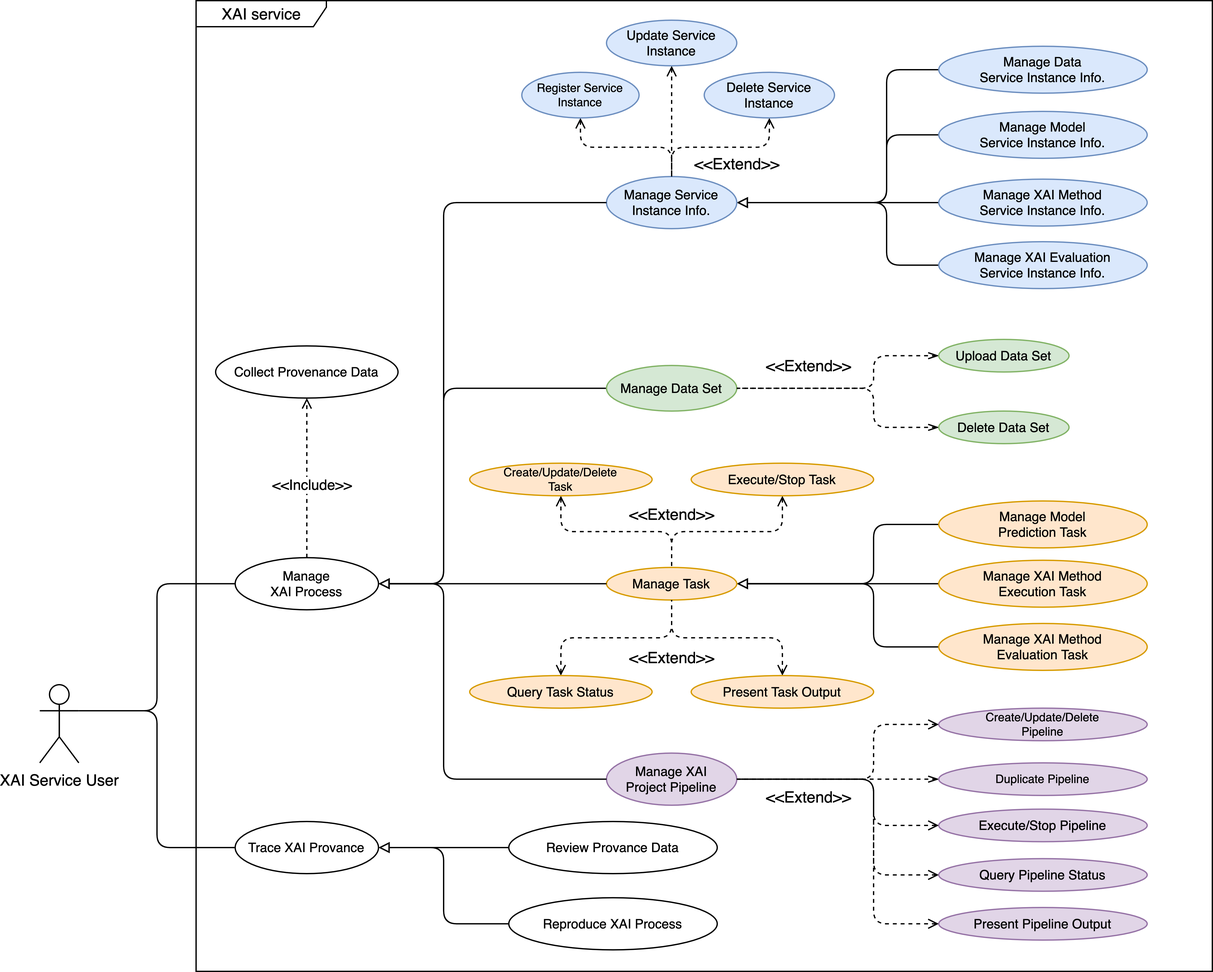
Earlier version of the draw.io export docs/UseCaseDiagrams.png (ZeruiW/XAI-Service). Source tidied: cells renumbered, new cells last; positions are measured from the earlier drawing's top-left corner, leaving out a move shared by most shapes.
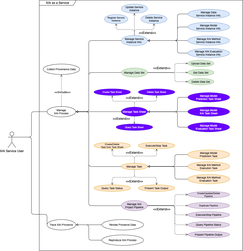
The same file after the commit.

Commit message:
use case update 2

What changed in the source:
```diff
@@ -4,4 +4,4 @@
     <mxCell id="1" parent="0" />
-    <mxCell id="2" value="XAI service" style="shape=umlFrame;tabPosition=left;html=1;boundedLbl=1;labelInHeader=1;width=100;height=20;" parent="1" vertex="1">
-      <mxGeometry x="120" width="780" height="745" as="geometry" />
+    <mxCell id="2" value="XAI as a Service" style="shape=umlFrame;tabPosition=left;html=1;boundedLbl=1;labelInHeader=1;width=140;height=20;" parent="1" vertex="1">
+      <mxGeometry x="120" y="20" width="780" height="960" as="geometry" />
     </mxCell>
@@ -11,3 +11,3 @@
           <mxPoint x="90" y="545" />
-          <mxPoint x="90" y="650" />
+          <mxPoint x="90" y="841" />
         </Array>
@@ -24,4 +24,4 @@
         <Array as="points">
-          <mxPoint x="650" y="155" />
-          <mxPoint x="650" y="53" />
+          <mxPoint x="650" y="175" />
+          <mxPoint x="650" y="73" />
         </Array>
@@ -32,4 +32,4 @@
         <Array as="points">
-          <mxPoint x="650" y="155" />
-          <mxPoint x="650" y="103" />
+          <mxPoint x="650" y="175" />
+          <mxPoint x="650" y="123" />
         </Array>
@@ -40,4 +40,4 @@
         <Array as="points">
-          <mxPoint x="670" y="155" />
-          <mxPoint x="670" y="155" />
+          <mxPoint x="670" y="175" />
+          <mxPoint x="670" y="175" />
         </Array>
@@ -48,4 +48,4 @@
         <Array as="points">
-          <mxPoint x="650" y="155" />
-          <mxPoint x="650" y="203" />
+          <mxPoint x="650" y="175" />
+          <mxPoint x="650" y="223" />
         </Array>
@@ -54,3 +54,3 @@
     <mxCell id="10" value="Manage Service&#10;Instance Info." style="ellipse;spacing=0;fontSize=10;fillColor=#dae8fc;strokeColor=#6c8ebf;" parent="1" vertex="1">
-      <mxGeometry x="435" y="135" width="100" height="40" as="geometry" />
+      <mxGeometry x="435" y="155" width="100" height="40" as="geometry" />
     </mxCell>
@@ -59,4 +59,4 @@
         <Array as="points">
-          <mxPoint x="640" y="448" />
-          <mxPoint x="640" y="402" />
+          <mxPoint x="640" y="658" />
+          <mxPoint x="640" y="612" />
         </Array>
@@ -67,4 +67,4 @@
         <Array as="points">
-          <mxPoint x="680" y="447" />
-          <mxPoint x="710" y="448" />
+          <mxPoint x="680" y="657" />
+          <mxPoint x="710" y="658" />
         </Array>
@@ -75,4 +75,4 @@
         <Array as="points">
-          <mxPoint x="640" y="448" />
-          <mxPoint x="640" y="496" />
+          <mxPoint x="640" y="658" />
+          <mxPoint x="640" y="706" />
         </Array>
@@ -81,3 +81,3 @@
     <mxCell id="14" value="Manage Task" style="ellipse;spacing=0;fontSize=10;fillColor=#ffe6cc;strokeColor=#d79b00;" parent="1" vertex="1">
-      <mxGeometry x="435" y="435" width="100" height="25" as="geometry" />
+      <mxGeometry x="435" y="645" width="100" height="25" as="geometry" />
     </mxCell>
@@ -87,3 +87,3 @@
     <mxCell id="16" value="Register Service&#10;Instance" style="ellipse;spacing=0;fontSize=9;fillColor=#dae8fc;strokeColor=#6c8ebf;" parent="1" vertex="1">
-      <mxGeometry x="370" y="55" width="90" height="35" as="geometry" />
+      <mxGeometry x="370" y="75" width="90" height="35" as="geometry" />
     </mxCell>
@@ -93,3 +93,3 @@
     <mxCell id="18" value="Update Service&#10;Instance" style="ellipse;spacing=0;fontSize=10;fillColor=#dae8fc;strokeColor=#6c8ebf;" parent="1" vertex="1">
-      <mxGeometry x="435" y="15" width="100" height="35" as="geometry" />
+      <mxGeometry x="435" y="35" width="100" height="35" as="geometry" />
     </mxCell>
@@ -99,3 +99,3 @@
     <mxCell id="20" value="Delete Service&#10;Instance" style="ellipse;spacing=0;fontSize=10;fillColor=#dae8fc;strokeColor=#6c8ebf;" parent="1" vertex="1">
-      <mxGeometry x="510" y="55" width="100" height="35" as="geometry" />
+      <mxGeometry x="510" y="75" width="100" height="35" as="geometry" />
     </mxCell>
@@ -105,3 +105,3 @@
     <mxCell id="22" value="Query Task Status" style="ellipse;spacing=0;fontSize=10;fillColor=#ffe6cc;strokeColor=#d79b00;" parent="1" vertex="1">
-      <mxGeometry x="330" y="518" width="140" height="25" as="geometry" />
+      <mxGeometry x="330" y="728" width="140" height="25" as="geometry" />
     </mxCell>
@@ -111,24 +111,24 @@
     <mxCell id="24" value="Present Task Output" style="ellipse;spacing=0;fontSize=10;fillColor=#ffe6cc;strokeColor=#d79b00;" parent="1" vertex="1">
-      <mxGeometry x="500" y="518" width="140" height="25" as="geometry" />
+      <mxGeometry x="500" y="728" width="140" height="25" as="geometry" />
     </mxCell>
     <mxCell id="25" value="Manage Data &#10;Service Instance Info." style="ellipse;spacing=0;fontSize=10;fillColor=#dae8fc;strokeColor=#6c8ebf;" parent="1" vertex="1">
-      <mxGeometry x="690" y="35" width="160" height="36" as="geometry" />
+      <mxGeometry x="690" y="55" width="160" height="36" as="geometry" />
     </mxCell>
     <mxCell id="26" value="Manage Model &#10;Service Instance Info." style="ellipse;spacing=0;fontSize=10;fillColor=#dae8fc;strokeColor=#6c8ebf;" parent="1" vertex="1">
-      <mxGeometry x="690" y="85" width="160" height="36" as="geometry" />
+      <mxGeometry x="690" y="105" width="160" height="36" as="geometry" />
     </mxCell>
     <mxCell id="27" value="Manage XAI Method &#10;Service Instance Info." style="ellipse;spacing=0;fontSize=10;fillColor=#dae8fc;strokeColor=#6c8ebf;" parent="1" vertex="1">
-      <mxGeometry x="690" y="137" width="160" height="36" as="geometry" />
+      <mxGeometry x="690" y="157" width="160" height="36" as="geometry" />
     </mxCell>
     <mxCell id="28" value="Manage XAI Evaluation&#10;Service Instance Info." style="ellipse;spacing=0;fontSize=10;fillColor=#dae8fc;strokeColor=#6c8ebf;" parent="1" vertex="1">
-      <mxGeometry x="690" y="185" width="160" height="36" as="geometry" />
+      <mxGeometry x="690" y="205" width="160" height="36" as="geometry" />
     </mxCell>
     <mxCell id="29" value="Manage Model &#10;Prediction Task" style="ellipse;spacing=0;fontSize=10;fillColor=#ffe6cc;strokeColor=#d79b00;" parent="1" vertex="1">
-      <mxGeometry x="690" y="384" width="160" height="36" as="geometry" />
+      <mxGeometry x="690" y="594" width="160" height="36" as="geometry" />
     </mxCell>
     <mxCell id="30" value="Manage XAI Method&#10;Execution Task" style="ellipse;spacing=0;fontSize=10;fillColor=#ffe6cc;strokeColor=#d79b00;" parent="1" vertex="1">
-      <mxGeometry x="690" y="429.5" width="160" height="36" as="geometry" />
+      <mxGeometry x="690" y="639.5" width="160" height="36" as="geometry" />
     </mxCell>
     <mxCell id="31" value="Manage XAI Method&#10;Evaluation Task" style="ellipse;spacing=0;fontSize=10;fillColor=#ffe6cc;strokeColor=#d79b00;" parent="1" vertex="1">
-      <mxGeometry x="690" y="478" width="160" height="36" as="geometry" />
+      <mxGeometry x="690" y="688" width="160" height="36" as="geometry" />
     </mxCell>
@@ -138,15 +138,15 @@
     <mxCell id="33" value="Manage XAI &#10;Project Pipeline" style="ellipse;spacing=0;fontSize=10;fillColor=#e1d5e7;strokeColor=#9673a6;" parent="1" vertex="1">
-      <mxGeometry x="435" y="577.5" width="100" height="40" as="geometry" />
+      <mxGeometry x="435" y="787.5" width="100" height="40" as="geometry" />
     </mxCell>
     <mxCell id="34" value="Create/Update/Delete&#10;Pipeline" style="ellipse;spacing=0;fontSize=9;fillColor=#e1d5e7;strokeColor=#9673a6;" parent="1" vertex="1">
-      <mxGeometry x="690" y="543" width="160" height="25" as="geometry" />
+      <mxGeometry x="690" y="753" width="160" height="25" as="geometry" />
     </mxCell>
     <mxCell id="35" value="Execute/Stop Pipeline" style="ellipse;spacing=0;fontSize=10;fillColor=#e1d5e7;strokeColor=#9673a6;" parent="1" vertex="1">
-      <mxGeometry x="690" y="620.5" width="160" height="25" as="geometry" />
+      <mxGeometry x="690" y="830.5" width="160" height="25" as="geometry" />
     </mxCell>
     <mxCell id="36" value="Query Pipeline Status" style="ellipse;spacing=0;fontSize=10;fillColor=#e1d5e7;strokeColor=#9673a6;" parent="1" vertex="1">
-      <mxGeometry x="690" y="658.5" width="160" height="25" as="geometry" />
+      <mxGeometry x="690" y="868.5" width="160" height="25" as="geometry" />
     </mxCell>
     <mxCell id="37" value="Present Pipeline Output" style="ellipse;spacing=0;fontSize=10;fillColor=#e1d5e7;strokeColor=#9673a6;" parent="1" vertex="1">
-      <mxGeometry x="690" y="696" width="160" height="25" as="geometry" />
+      <mxGeometry x="690" y="906" width="160" height="25" as="geometry" />
     </mxCell>
@@ -158,5 +158,4 @@
         <Array as="points">
-          <mxPoint x="310" y="650" />
-          <mxPoint x="310" y="709" />
-          <mxPoint x="360" y="709" />
+          <mxPoint x="310" y="881" />
+          <mxPoint x="310" y="940" />
         </Array>
@@ -165,3 +164,3 @@
     <mxCell id="40" value="Trace XAI Provance" style="ellipse;spacing=0;fontSize=10;" parent="1" vertex="1">
-      <mxGeometry x="150" y="630" width="110" height="40" as="geometry" />
+      <mxGeometry x="150" y="861" width="110" height="40" as="geometry" />
     </mxCell>
@@ -170,4 +169,4 @@
         <Array as="points">
-          <mxPoint x="310" y="448" />
-          <mxPoint x="310" y="155" />
+          <mxPoint x="310" y="447" />
+          <mxPoint x="310" y="175" />
         </Array>
@@ -176,3 +175,9 @@
     <mxCell id="42" style="edgeStyle=orthogonalEdgeStyle;html=1;exitX=1;exitY=0.5;exitDx=0;exitDy=0;entryX=0;entryY=0.5;entryDx=0;entryDy=0;startArrow=block;startFill=0;endArrow=none;endFill=0;" parent="1" edge="1" source="46" target="14">
-      <mxGeometry relative="1" as="geometry" />
+      <mxGeometry relative="1" as="geometry">
+        <Array as="points">
+          <mxPoint x="310" y="448" />
+          <mxPoint x="310" y="658" />
+          <mxPoint x="435" y="658" />
+        </Array>
+      </mxGeometry>
     </mxCell>
@@ -182,3 +187,4 @@
           <mxPoint x="310" y="448" />
-          <mxPoint x="310" y="598" />
+          <mxPoint x="310" y="808" />
+          <mxPoint x="435" y="808" />
         </Array>
@@ -199,9 +205,9 @@
     <mxCell id="48" value="Review Provance Data" style="ellipse;spacing=0;fontSize=10;" parent="1" vertex="1">
-      <mxGeometry x="360" y="630" width="160" height="40" as="geometry" />
+      <mxGeometry x="360" y="861" width="160" height="40" as="geometry" />
     </mxCell>
     <mxCell id="49" value="Reproduce XAI Process" style="ellipse;spacing=0;fontSize=10;" parent="1" vertex="1">
-      <mxGeometry x="360" y="688.5" width="160" height="40" as="geometry" />
+      <mxGeometry x="360" y="920" width="160" height="40" as="geometry" />
     </mxCell>
     <mxCell id="50" value="&amp;lt;&amp;lt;Extend&amp;gt;&amp;gt;" style="text;html=1;align=center;verticalAlign=middle;strokeColor=none;fillColor=none;" parent="1" vertex="1">
-      <mxGeometry x="495" y="115" width="80" height="20" as="geometry" />
+      <mxGeometry x="495" y="135" width="80" height="20" as="geometry" />
     </mxCell>
@@ -211,3 +217,3 @@
     <mxCell id="52" value="Execute/Stop Task" style="ellipse;spacing=0;fontSize=10;fillColor=#ffe6cc;strokeColor=#d79b00;" parent="1" vertex="1">
-      <mxGeometry x="500" y="355" width="140" height="25" as="geometry" />
+      <mxGeometry x="500" y="565" width="140" height="25" as="geometry" />
     </mxCell>
@@ -216,10 +222,10 @@
     </mxCell>
-    <mxCell id="54" value="Create/Update/Delete &#10;Task" style="ellipse;spacing=0;fontSize=9;fillColor=#ffe6cc;strokeColor=#d79b00;" parent="1" vertex="1">
-      <mxGeometry x="330" y="355" width="140" height="25" as="geometry" />
+    <mxCell id="54" value="Create/Delete &#10;Task from Task Sheet" style="ellipse;spacing=0;fontSize=9;fillColor=#ffe6cc;strokeColor=#d79b00;" parent="1" vertex="1">
+      <mxGeometry x="330" y="565" width="140" height="25" as="geometry" />
     </mxCell>
     <mxCell id="55" value="&amp;lt;&amp;lt;Extend&amp;gt;&amp;gt;" style="text;html=1;align=center;verticalAlign=middle;strokeColor=none;fillColor=none;" parent="1" vertex="1">
-      <mxGeometry x="445" y="494" width="80" height="20" as="geometry" />
+      <mxGeometry x="445" y="704" width="80" height="20" as="geometry" />
     </mxCell>
     <mxCell id="56" value="&amp;lt;&amp;lt;Extend&amp;gt;&amp;gt;" style="text;html=1;align=center;verticalAlign=middle;strokeColor=none;fillColor=none;" parent="1" vertex="1">
-      <mxGeometry x="445" y="384" width="80" height="20" as="geometry" />
+      <mxGeometry x="445" y="594" width="80" height="20" as="geometry" />
     </mxCell>
@@ -228,4 +234,4 @@
         <Array as="points">
-          <mxPoint x="640" y="556" />
-          <mxPoint x="640" y="597" />
+          <mxPoint x="640" y="766" />
+          <mxPoint x="640" y="807" />
         </Array>
@@ -236,4 +242,4 @@
         <Array as="points">
-          <mxPoint x="640" y="633" />
-          <mxPoint x="640" y="598" />
+          <mxPoint x="640" y="843" />
+          <mxPoint x="640" y="808" />
         </Array>
@@ -244,4 +250,4 @@
         <Array as="points">
-          <mxPoint x="640" y="671" />
-          <mxPoint x="640" y="598" />
+          <mxPoint x="640" y="881" />
+          <mxPoint x="640" y="808" />
         </Array>
@@ -252,4 +258,4 @@
         <Array as="points">
-          <mxPoint x="640" y="708" />
-          <mxPoint x="640" y="598" />
+          <mxPoint x="640" y="918" />
+          <mxPoint x="640" y="808" />
         </Array>
@@ -258,3 +264,3 @@
     <mxCell id="61" value="&amp;lt;&amp;lt;Extend&amp;gt;&amp;gt;" style="text;html=1;align=center;verticalAlign=middle;strokeColor=none;fillColor=none;" parent="1" vertex="1">
-      <mxGeometry x="550" y="600.5" width="80" height="20" as="geometry" />
+      <mxGeometry x="550" y="810.5" width="80" height="20" as="geometry" />
     </mxCell>
@@ -274,4 +280,4 @@
         <Array as="points">
-          <mxPoint x="640" y="273" />
-          <mxPoint x="640" y="297" />
+          <mxPoint x="640" y="263" />
+          <mxPoint x="640" y="298" />
         </Array>
@@ -280,3 +286,3 @@
     <mxCell id="65" value="Upload Data Set" style="ellipse;spacing=0;fontSize=10;fillColor=#d5e8d4;strokeColor=#82b366;" parent="1" vertex="1">
-      <mxGeometry x="690" y="260" width="100" height="25" as="geometry" />
+      <mxGeometry x="690" y="250" width="100" height="25" as="geometry" />
     </mxCell>
@@ -285,4 +291,4 @@
         <Array as="points">
-          <mxPoint x="640" y="327" />
-          <mxPoint x="640" y="297" />
+          <mxPoint x="640" y="333" />
+          <mxPoint x="640" y="298" />
         </Array>
@@ -291,3 +297,3 @@
     <mxCell id="67" value="Delete Data Set" style="ellipse;spacing=0;fontSize=10;fillColor=#d5e8d4;strokeColor=#82b366;" parent="1" vertex="1">
-      <mxGeometry x="690" y="315" width="100" height="25" as="geometry" />
+      <mxGeometry x="690" y="320" width="100" height="25" as="geometry" />
     </mxCell>
@@ -297,4 +303,75 @@
     <mxCell id="69" value="Duplicate Pipeline" style="ellipse;spacing=0;fontSize=9;fillColor=#e1d5e7;strokeColor=#9673a6;" parent="1" vertex="1">
-      <mxGeometry x="690" y="585" width="160" height="25" as="geometry" />
+      <mxGeometry x="690" y="795" width="160" height="25" as="geometry" />
     </mxCell>
+    <mxCell id="70" style="edgeStyle=orthogonalEdgeStyle;html=1;exitX=0.5;exitY=0;exitDx=0;exitDy=0;entryX=0.5;entryY=1;entryDx=0;entryDy=0;dashed=1;endArrow=openThin;endFill=0;" parent="1" edge="1" source="73" target="74">
+      <mxGeometry relative="1" as="geometry" />
+    </mxCell>
+    <mxCell id="71" style="edgeStyle=orthogonalEdgeStyle;html=1;exitX=0.5;exitY=0;exitDx=0;exitDy=0;entryX=0.5;entryY=1;entryDx=0;entryDy=0;dashed=1;endArrow=openThin;endFill=0;" parent="1" edge="1" source="73" target="75">
+      <mxGeometry relative="1" as="geometry" />
+    </mxCell>
+    <mxCell id="72" style="edgeStyle=orthogonalEdgeStyle;html=1;exitX=0;exitY=0.5;exitDx=0;exitDy=0;entryX=1;entryY=0.5;entryDx=0;entryDy=0;endArrow=block;endFill=0;" parent="1" edge="1" source="73" target="46">
+      <mxGeometry relative="1" as="geometry" />
+    </mxCell>
+    <mxCell id="73" value="Manage Task Sheet" style="ellipse;spacing=0;fontSize=10;fillColor=#6a00ff;strokeColor=#3700CC;fontColor=#ffffff;" parent="1" vertex="1">
+      <mxGeometry x="435" y="430" width="100" height="35" as="geometry" />
+    </mxCell>
+    <mxCell id="74" value="Create Task Sheet" style="ellipse;spacing=0;fontSize=9;fillColor=#6a00ff;strokeColor=#3700CC;fontColor=#ffffff;" parent="1" vertex="1">
+      <mxGeometry x="330" y="360" width="140" height="25" as="geometry" />
+    </mxCell>
+    <mxCell id="75" value="Delete Task Sheet" style="ellipse;spacing=0;fontSize=9;fillColor=#6a00ff;strokeColor=#3700CC;fontColor=#ffffff;" parent="1" vertex="1">
+      <mxGeometry x="500" y="360" width="140" height="25" as="geometry" />
+    </mxCell>
+    <mxCell id="76" style="edgeStyle=orthogonalEdgeStyle;html=1;exitX=0;exitY=0.5;exitDx=0;exitDy=0;entryX=1;entryY=0.5;entryDx=0;entryDy=0;endArrow=block;endFill=0;" parent="1" edge="1" source="77" target="73">
+      <mxGeometry relative="1" as="geometry">
+        <Array as="points">
+          <mxPoint x="650" y="392" />
+          <mxPoint x="650" y="448" />
+          <mxPoint x="535" y="448" />
+        </Array>
+      </mxGeometry>
+    </mxCell>
+    <mxCell id="77" value="Manage Model &#10;Prediction Task Sheet" style="ellipse;spacing=0;fontSize=10;fillColor=#6a00ff;strokeColor=#3700CC;fontColor=#ffffff;" parent="1" vertex="1">
+      <mxGeometry x="690" y="374.5" width="160" height="36" as="geometry" />
+    </mxCell>
+    <mxCell id="78" style="edgeStyle=orthogonalEdgeStyle;html=1;exitX=0;exitY=0.5;exitDx=0;exitDy=0;entryX=1;entryY=0.5;entryDx=0;entryDy=0;endArrow=block;endFill=0;" parent="1" edge="1" source="79" target="73">
+      <mxGeometry relative="1" as="geometry" />
+    </mxCell>
+    <mxCell id="79" value="Manage Model &#10;XAI Task Sheet" style="ellipse;spacing=0;fontSize=10;fillColor=#6a00ff;strokeColor=#3700CC;fontColor=#ffffff;" parent="1" vertex="1">
+      <mxGeometry x="690" y="429.5" width="160" height="36" as="geometry" />
+    </mxCell>
+    <mxCell id="80" style="edgeStyle=orthogonalEdgeStyle;html=1;exitX=0;exitY=0.5;exitDx=0;exitDy=0;entryX=1;entryY=0.5;entryDx=0;entryDy=0;endArrow=block;endFill=0;" parent="1" edge="1" source="81" target="73">
+      <mxGeometry relative="1" as="geometry">
+        <Array as="points">
+          <mxPoint x="650" y="507" />
+          <mxPoint x="650" y="448" />
+          <mxPoint x="535" y="448" />
+        </Array>
+      </mxGeometry>
+    </mxCell>
+    <mxCell id="81" value="Manage Model &#10;Evaluation Task Sheet" style="ellipse;spacing=0;fontSize=10;fillColor=#6a00ff;strokeColor=#3700CC;fontColor=#ffffff;" parent="1" vertex="1">
+      <mxGeometry x="690" y="489" width="160" height="36" as="geometry" />
+    </mxCell>
+    <mxCell id="82" value="&amp;lt;&amp;lt;Extend&amp;gt;&amp;gt;" style="text;html=1;align=center;verticalAlign=middle;strokeColor=none;fillColor=none;" parent="1" vertex="1">
+      <mxGeometry x="445" y="384" width="80" height="20" as="geometry" />
+    </mxCell>
+    <mxCell id="83" value="Query Task Sheet" style="ellipse;spacing=0;fontSize=9;fillColor=#6a00ff;strokeColor=#3700CC;fontColor=#ffffff;" parent="1" vertex="1">
+      <mxGeometry x="415" y="494.5" width="140" height="25" as="geometry" />
+    </mxCell>
+    <mxCell id="84" style="edgeStyle=orthogonalEdgeStyle;html=1;exitX=0.5;exitY=1;exitDx=0;exitDy=0;entryX=0.5;entryY=0;entryDx=0;entryDy=0;dashed=1;endArrow=openThin;endFill=0;" parent="1" edge="1" source="73" target="83">
+      <mxGeometry relative="1" as="geometry" />
+    </mxCell>
+    <mxCell id="85" value="&amp;lt;&amp;lt;Extend&amp;gt;&amp;gt;" style="text;html=1;align=center;verticalAlign=middle;strokeColor=none;fillColor=none;" parent="1" vertex="1">
+      <mxGeometry x="395" y="464" width="80" height="20" as="geometry" />
+    </mxCell>
+    <mxCell id="86" value="Get Data Set" style="ellipse;spacing=0;fontSize=10;fillColor=#d5e8d4;strokeColor=#82b366;" parent="1" vertex="1">
+      <mxGeometry x="690" y="285" width="100" height="25" as="geometry" />
+    </mxCell>
+    <mxCell id="87" style="edgeStyle=orthogonalEdgeStyle;html=1;exitX=0;exitY=0.5;exitDx=0;exitDy=0;entryX=1;entryY=0.5;entryDx=0;entryDy=0;dashed=1;startArrow=openThin;startFill=0;endArrow=none;endFill=0;" parent="1" edge="1" source="86" target="63">
+      <mxGeometry relative="1" as="geometry">
+        <Array as="points">
+          <mxPoint x="670" y="298" />
+          <mxPoint x="660" y="298" />
+        </Array>
+      </mxGeometry>
+    </mxCell>
   </root>
```
